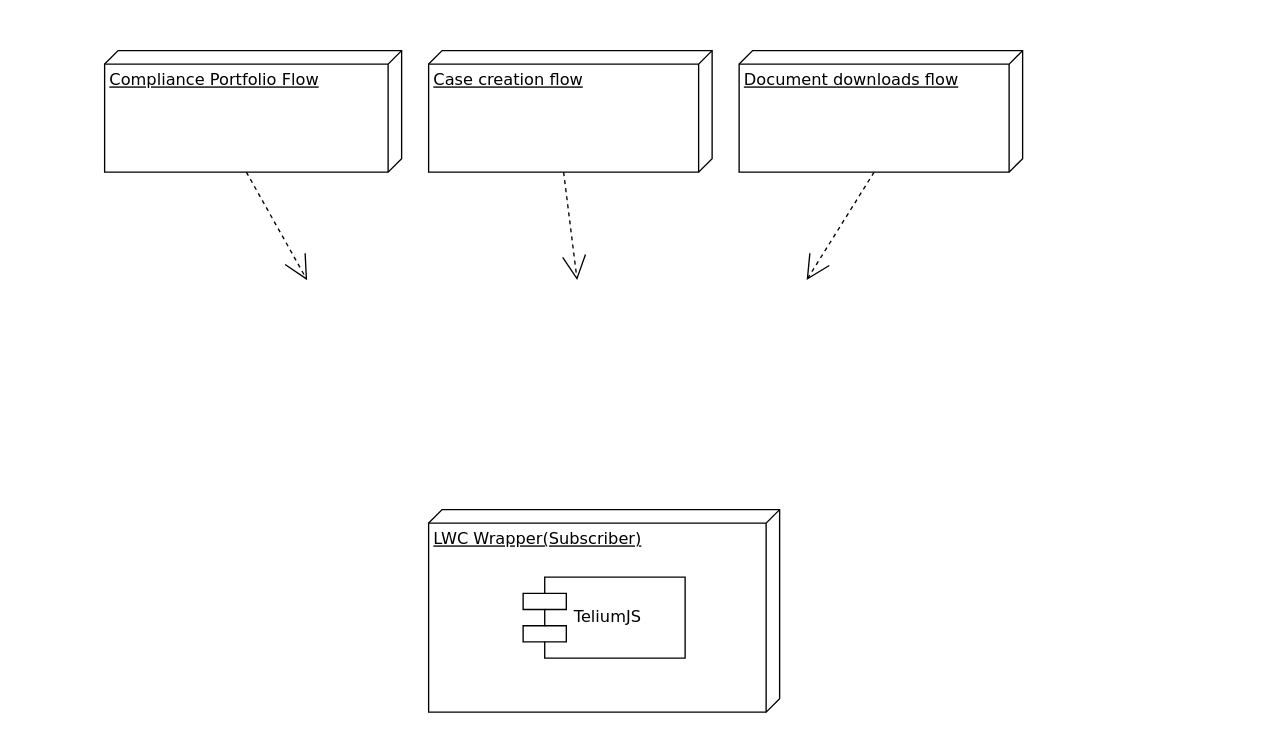
This is Untitled Diagram.drawio from krukmat/Buddysearcher, a draw.io file, before an edit. Source tidied: cells renumbered, new cells numbered last; positions are measured from the earlier drawing's top-left corner, leaving out a move shared by most shapes. Both pictures are drawn from the tidied source at 135%, with x=0, y=0 at pixel (104, 50). Pictures stored in the file or linked from it are replaced by grey dashed boxes.
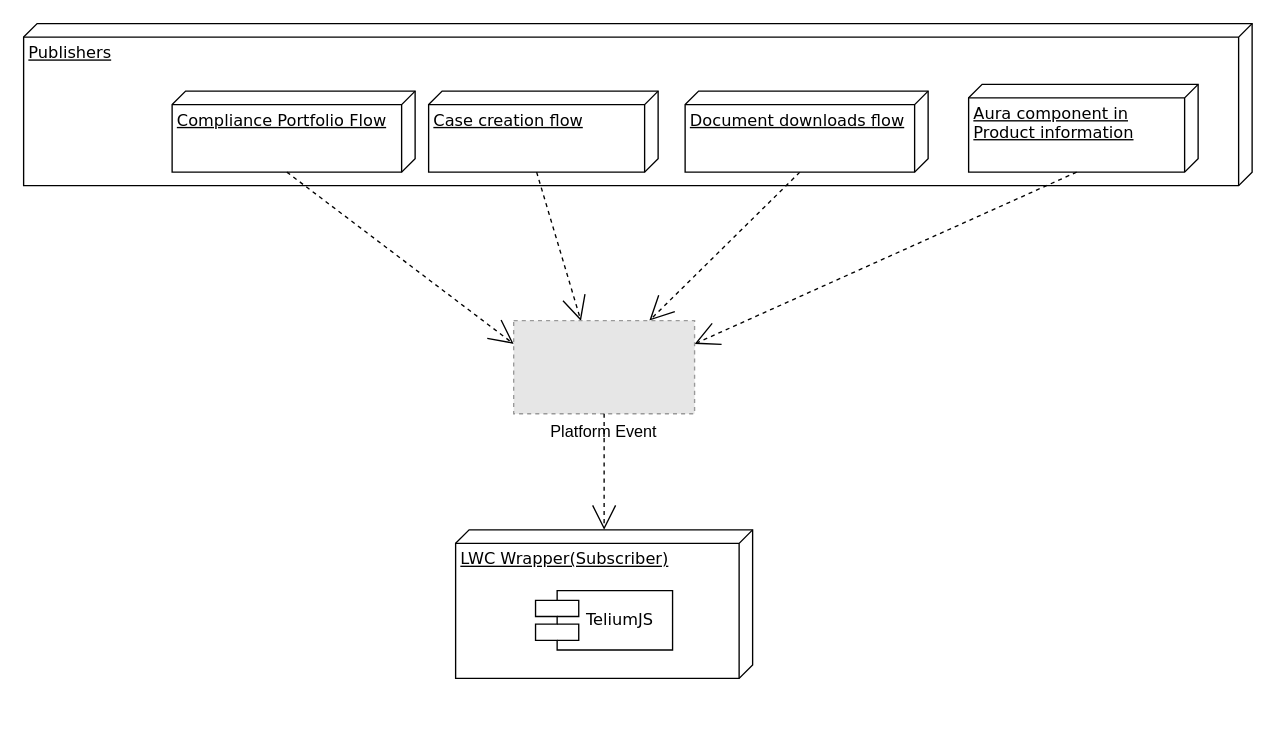
The same page after the edit.

The edit, as a diff of the source:
```diff
@@
 <mxGraphModel background="#ffffff">
   <root>
     <mxCell id="0" />
     <mxCell id="1" parent="0" />
+    <mxCell id="11" value="Publishers" style="verticalAlign=top;align=left;spacingTop=8;spacingLeft=2;spacingRight=12;shape=cube;size=10;direction=south;fontStyle=4;html=1;rounded=0;shadow=0;comic=0;labelBackgroundColor=none;strokeWidth=1;fontFamily=Verdana;fontSize=12;" parent="1" vertex="1">
+      <mxGeometry x="-60" y="-20" width="910" height="120" as="geometry" />
+    </mxCell>
     <mxCell id="2" value="Compliance Portfolio Flow" style="verticalAlign=top;align=left;spacingTop=8;spacingLeft=2;spacingRight=12;shape=cube;size=10;direction=south;fontStyle=4;html=1;rounded=0;shadow=0;comic=0;labelBackgroundColor=none;strokeWidth=1;fontFamily=Verdana;fontSize=12;" parent="1" vertex="1">
-      <mxGeometry width="220" height="90" as="geometry" />
+      <mxGeometry x="50" y="30" width="180" height="60" as="geometry" />
     </mxCell>
     <mxCell id="3" value="Case creation flow" style="verticalAlign=top;align=left;spacingTop=8;spacingLeft=2;spacingRight=12;shape=cube;size=10;direction=south;fontStyle=4;html=1;rounded=0;shadow=0;comic=0;labelBackgroundColor=none;strokeWidth=1;fontFamily=Verdana;fontSize=12;" parent="1" vertex="1">
-      <mxGeometry x="240" width="210" height="90" as="geometry" />
+      <mxGeometry x="240" y="30" width="170" height="60" as="geometry" />
     </mxCell>
-    <mxCell id="4" style="edgeStyle=none;rounded=0;html=1;dashed=1;labelBackgroundColor=none;startArrow=none;startFill=0;startSize=8;endArrow=open;endFill=0;endSize=16;fontFamily=Verdana;fontSize=12;exitX=0;exitY=0;exitDx=90;exitDy=110;exitPerimeter=0;" parent="1" edge="1" source="5">
-      <mxGeometry relative="1" as="geometry">
-        <mxPoint x="520" y="170" as="targetPoint" />
-      </mxGeometry>
+    <mxCell id="4" style="edgeStyle=none;rounded=0;html=1;dashed=1;labelBackgroundColor=none;startArrow=none;startFill=0;startSize=8;endArrow=open;endFill=0;endSize=16;fontFamily=Verdana;fontSize=12;exitX=0;exitY=0;exitDx=60;exitDy=95;exitPerimeter=0;entryX=0.75;entryY=0;entryDx=0;entryDy=0;" parent="1" edge="1" source="5" target="14">
+      <mxGeometry relative="1" as="geometry" />
     </mxCell>
     <mxCell id="5" value="Document downloads flow" style="verticalAlign=top;align=left;spacingTop=8;spacingLeft=2;spacingRight=12;shape=cube;size=10;direction=south;fontStyle=4;html=1;rounded=0;shadow=0;comic=0;labelBackgroundColor=none;strokeWidth=1;fontFamily=Verdana;fontSize=12;" parent="1" vertex="1">
-      <mxGeometry x="470" width="210" height="90" as="geometry" />
+      <mxGeometry x="430" y="30" width="180" height="60" as="geometry" />
     </mxCell>
-    <mxCell id="6" style="edgeStyle=none;rounded=0;html=1;dashed=1;labelBackgroundColor=none;startArrow=none;startFill=0;startSize=8;endArrow=open;endFill=0;endSize=16;fontFamily=Verdana;fontSize=12;exitX=0;exitY=0;exitDx=90;exitDy=110;exitPerimeter=0;" parent="1" edge="1" source="3">
-      <mxGeometry relative="1" as="geometry">
-        <mxPoint x="350" y="170" as="targetPoint" />
-      </mxGeometry>
+    <mxCell id="6" style="edgeStyle=none;rounded=0;html=1;dashed=1;labelBackgroundColor=none;startArrow=none;startFill=0;startSize=8;endArrow=open;endFill=0;endSize=16;fontFamily=Verdana;fontSize=12;exitX=0;exitY=0;exitDx=60;exitDy=90;exitPerimeter=0;entryX=0.372;entryY=0.003;entryDx=0;entryDy=0;entryPerimeter=0;" parent="1" edge="1" source="3" target="14">
+      <mxGeometry relative="1" as="geometry" />
     </mxCell>
-    <mxCell id="7" style="edgeStyle=none;rounded=0;html=1;dashed=1;labelBackgroundColor=none;startArrow=none;startFill=0;startSize=8;endArrow=open;endFill=0;endSize=16;fontFamily=Verdana;fontSize=12;exitX=0;exitY=0;exitDx=90;exitDy=115;exitPerimeter=0;" parent="1" edge="1" source="2">
-      <mxGeometry relative="1" as="geometry">
-        <mxPoint x="150" y="170" as="targetPoint" />
-      </mxGeometry>
+    <mxCell id="7" style="edgeStyle=none;rounded=0;html=1;dashed=1;labelBackgroundColor=none;startArrow=none;startFill=0;startSize=8;endArrow=open;endFill=0;endSize=16;fontFamily=Verdana;fontSize=12;exitX=0;exitY=0;exitDx=60;exitDy=95;exitPerimeter=0;entryX=0;entryY=0.25;entryDx=0;entryDy=0;" parent="1" edge="1" source="2" target="14">
+      <mxGeometry relative="1" as="geometry" />
     </mxCell>
     <mxCell id="8" style="group;" parent="1" vertex="1">
-      <mxGeometry x="240" y="340" width="260" height="150" as="geometry" />
+      <mxGeometry x="260" y="355" width="220" height="110" as="geometry" />
     </mxCell>
     <mxCell id="9" value="LWC Wrapper(Subscriber)" style="verticalAlign=top;align=left;spacingTop=8;spacingLeft=2;spacingRight=12;shape=cube;size=10;direction=south;fontStyle=4;html=1;rounded=0;shadow=0;comic=0;labelBackgroundColor=none;strokeWidth=1;fontFamily=Verdana;fontSize=12;" parent="8" vertex="1">
-      <mxGeometry width="260" height="150" as="geometry" />
+      <mxGeometry width="220" height="110" as="geometry" />
     </mxCell>
     <mxCell id="10" value="TeliumJS" style="shape=component;align=left;spacingLeft=36;rounded=0;shadow=0;comic=0;labelBackgroundColor=none;strokeWidth=1;fontFamily=Verdana;fontSize=12;html=1;" parent="8" vertex="1">
-      <mxGeometry x="70" y="50" width="120" height="60" as="geometry" />
+      <mxGeometry x="59.2" y="45" width="101.5" height="44" as="geometry" />
     </mxCell>
+    <mxCell id="12" value="Aura component in &lt;br&gt;Product information" style="verticalAlign=top;align=left;spacingTop=8;spacingLeft=2;spacingRight=12;shape=cube;size=10;direction=south;fontStyle=4;html=1;rounded=0;shadow=0;comic=0;labelBackgroundColor=none;strokeWidth=1;fontFamily=Verdana;fontSize=12;" parent="1" vertex="1">
+      <mxGeometry x="640" y="25" width="170" height="65" as="geometry" />
+    </mxCell>
+    <mxCell id="13" style="edgeStyle=none;rounded=0;html=1;dashed=1;labelBackgroundColor=none;startArrow=none;startFill=0;startSize=8;endArrow=open;endFill=0;endSize=16;fontFamily=Verdana;fontSize=12;exitX=0;exitY=0;exitDx=65;exitDy=90;exitPerimeter=0;entryX=1;entryY=0.25;entryDx=0;entryDy=0;" parent="1" edge="1" source="12" target="14">
+      <mxGeometry relative="1" as="geometry" />
+    </mxCell>
+    <mxCell id="14" value="Platform Event" style="fillColor=#E6E6E6;strokeColor=#999999;dashed=1;verticalLabelPosition=bottom;labelBackgroundColor=#ffffff;verticalAlign=top;" parent="1" vertex="1">
+      <mxGeometry x="303" y="200" width="134" height="69" as="geometry" />
+    </mxCell>
+    <mxCell id="15" style="edgeStyle=none;rounded=0;html=1;dashed=1;labelBackgroundColor=none;startArrow=none;startFill=0;startSize=8;endArrow=open;endFill=0;endSize=16;fontFamily=Verdana;fontSize=12;exitX=0.5;exitY=1;exitDx=0;exitDy=0;" parent="1" edge="1" source="14" target="9">
+      <mxGeometry relative="1" as="geometry" />
+    </mxCell>
   </root>
 </mxGraphModel>
```
